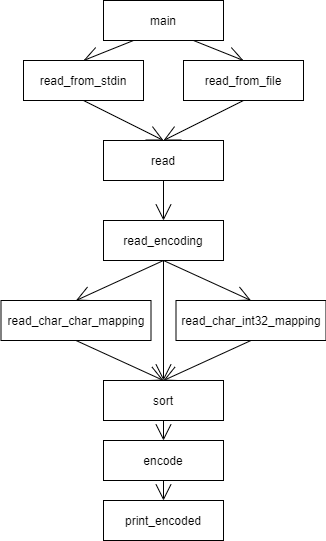
The draw.io diagram lab1/images/stack.png in vladgovor77771/hse_avs, before a commit. Source tidied: cells renumbered, new cells last; positions are measured from the earlier drawing's top-left corner, leaving out a move shared by most shapes. The source it was exported from:
```xml
<mxGraphModel>
  <root>
    <mxCell id="0" />
    <mxCell id="1" parent="0" />
    <mxCell id="2" style="edgeStyle=none;curved=1;rounded=0;jettySize=auto;html=1;exitX=0.25;exitY=1;exitDx=0;exitDy=0;entryX=0.5;entryY=0;entryDx=0;entryDy=0;endArrow=open;startSize=14;endSize=14;sourcePerimeterSpacing=8;targetPerimeterSpacing=8;" parent="1" edge="1" source="4" target="6">
      <mxGeometry relative="1" as="geometry" />
    </mxCell>
    <mxCell id="3" style="edgeStyle=none;curved=1;rounded=0;jettySize=auto;html=1;exitX=0.75;exitY=1;exitDx=0;exitDy=0;entryX=0.5;entryY=0;entryDx=0;entryDy=0;endArrow=open;startSize=14;endSize=14;sourcePerimeterSpacing=8;targetPerimeterSpacing=8;" parent="1" edge="1" source="4" target="8">
      <mxGeometry relative="1" as="geometry" />
    </mxCell>
    <mxCell id="4" value="main" style="rounded=0;whiteSpace=wrap;html=1;hachureGap=4;" parent="1" vertex="1">
      <mxGeometry x="102" width="120" height="40" as="geometry" />
    </mxCell>
    <mxCell id="5" style="edgeStyle=none;curved=1;rounded=0;jettySize=auto;html=1;exitX=0.5;exitY=1;exitDx=0;exitDy=0;entryX=0.5;entryY=0;entryDx=0;entryDy=0;endArrow=open;startSize=14;endSize=14;sourcePerimeterSpacing=8;targetPerimeterSpacing=8;" parent="1" edge="1" source="6" target="10">
      <mxGeometry relative="1" as="geometry" />
    </mxCell>
    <mxCell id="6" value="read_from_stdin" style="rounded=0;whiteSpace=wrap;html=1;hachureGap=4;" parent="1" vertex="1">
      <mxGeometry x="22" y="60" width="120" height="40" as="geometry" />
    </mxCell>
    <mxCell id="7" style="edgeStyle=none;curved=1;rounded=0;jettySize=auto;html=1;exitX=0.5;exitY=1;exitDx=0;exitDy=0;entryX=0.5;entryY=0;entryDx=0;entryDy=0;endArrow=open;startSize=14;endSize=14;sourcePerimeterSpacing=8;targetPerimeterSpacing=8;" parent="1" edge="1" source="8" target="10">
      <mxGeometry relative="1" as="geometry" />
    </mxCell>
    <mxCell id="8" value="read_from_file" style="rounded=0;whiteSpace=wrap;html=1;hachureGap=4;" parent="1" vertex="1">
      <mxGeometry x="182" y="60" width="120" height="40" as="geometry" />
    </mxCell>
    <mxCell id="9" style="edgeStyle=none;curved=1;rounded=0;jettySize=auto;html=1;exitX=0.5;exitY=1;exitDx=0;exitDy=0;entryX=0.5;entryY=0;entryDx=0;entryDy=0;endArrow=open;startSize=14;endSize=14;sourcePerimeterSpacing=8;targetPerimeterSpacing=8;" parent="1" edge="1" source="10" target="14">
      <mxGeometry relative="1" as="geometry" />
    </mxCell>
    <mxCell id="10" value="read" style="rounded=0;whiteSpace=wrap;html=1;hachureGap=4;" parent="1" vertex="1">
      <mxGeometry x="102" y="140" width="120" height="40" as="geometry" />
    </mxCell>
    <mxCell id="11" style="edgeStyle=none;curved=1;rounded=0;jettySize=auto;html=1;exitX=0.5;exitY=1;exitDx=0;exitDy=0;entryX=0.5;entryY=0;entryDx=0;entryDy=0;endArrow=open;startSize=14;endSize=14;sourcePerimeterSpacing=8;targetPerimeterSpacing=8;" parent="1" edge="1" source="14" target="16">
      <mxGeometry relative="1" as="geometry" />
    </mxCell>
    <mxCell id="12" style="edgeStyle=none;curved=1;rounded=0;jettySize=auto;html=1;exitX=0.5;exitY=1;exitDx=0;exitDy=0;entryX=0.5;entryY=0;entryDx=0;entryDy=0;endArrow=open;startSize=14;endSize=14;sourcePerimeterSpacing=8;targetPerimeterSpacing=8;" parent="1" edge="1" source="14" target="18">
      <mxGeometry relative="1" as="geometry" />
    </mxCell>
    <mxCell id="13" style="edgeStyle=none;curved=1;rounded=0;jettySize=auto;html=1;exitX=0.5;exitY=1;exitDx=0;exitDy=0;entryX=0.5;entryY=0;entryDx=0;entryDy=0;endArrow=open;startSize=14;endSize=14;sourcePerimeterSpacing=8;targetPerimeterSpacing=8;" parent="1" edge="1" source="14" target="20">
      <mxGeometry relative="1" as="geometry" />
    </mxCell>
    <mxCell id="14" value="read_encoding" style="rounded=0;whiteSpace=wrap;html=1;hachureGap=4;" parent="1" vertex="1">
      <mxGeometry x="102" y="220" width="120" height="40" as="geometry" />
    </mxCell>
    <mxCell id="15" style="edgeStyle=none;curved=1;rounded=0;jettySize=auto;html=1;exitX=0.5;exitY=1;exitDx=0;exitDy=0;entryX=0.5;entryY=0;entryDx=0;entryDy=0;endArrow=open;startSize=14;endSize=14;sourcePerimeterSpacing=8;targetPerimeterSpacing=8;" parent="1" edge="1" source="16" target="20">
      <mxGeometry relative="1" as="geometry" />
    </mxCell>
    <mxCell id="16" value="read_char_char_mapping" style="rounded=0;whiteSpace=wrap;html=1;hachureGap=4;" parent="1" vertex="1">
      <mxGeometry x="-0.5" y="300" width="150" height="40" as="geometry" />
    </mxCell>
    <mxCell id="17" style="edgeStyle=none;curved=1;rounded=0;jettySize=auto;html=1;exitX=0.5;exitY=1;exitDx=0;exitDy=0;entryX=0.5;entryY=0;entryDx=0;entryDy=0;endArrow=open;startSize=14;endSize=14;sourcePerimeterSpacing=8;targetPerimeterSpacing=8;" parent="1" edge="1" source="18" target="20">
      <mxGeometry relative="1" as="geometry" />
    </mxCell>
    <mxCell id="18" value="read_char_int32_mapping" style="rounded=0;whiteSpace=wrap;html=1;hachureGap=4;" parent="1" vertex="1">
      <mxGeometry x="174.5" y="300" width="150" height="40" as="geometry" />
    </mxCell>
    <mxCell id="19" style="edgeStyle=none;curved=1;rounded=0;jettySize=auto;html=1;exitX=0.5;exitY=1;exitDx=0;exitDy=0;entryX=0.5;entryY=0;entryDx=0;entryDy=0;endArrow=open;startSize=14;endSize=14;sourcePerimeterSpacing=8;targetPerimeterSpacing=8;" parent="1" edge="1" source="20" target="22">
      <mxGeometry relative="1" as="geometry" />
    </mxCell>
    <mxCell id="20" value="sort" style="rounded=0;whiteSpace=wrap;html=1;hachureGap=4;" parent="1" vertex="1">
      <mxGeometry x="102" y="380" width="120" height="40" as="geometry" />
    </mxCell>
    <mxCell id="21" style="edgeStyle=none;curved=1;rounded=0;jettySize=auto;html=1;exitX=0.5;exitY=1;exitDx=0;exitDy=0;entryX=0.5;entryY=0;entryDx=0;entryDy=0;endArrow=open;startSize=14;endSize=14;sourcePerimeterSpacing=8;targetPerimeterSpacing=8;" parent="1" edge="1" source="22" target="23">
      <mxGeometry relative="1" as="geometry" />
    </mxCell>
    <mxCell id="22" value="encode&lt;span style=&quot;color: rgba(0 , 0 , 0 , 0) ; font-family: monospace ; font-size: 0px&quot;&gt;%3CmxGraphModel%3E%3Croot%3E%3CmxCell%20id%3D%220%22%2F%3E%3CmxCell%20id%3D%221%22%20parent%3D%220%22%2F%3E%3CmxCell%20id%3D%222%22%20value%3D%22sort%22%20style%3D%22rounded%3D0%3BwhiteSpace%3Dwrap%3Bhtml%3D1%3BhachureGap%3D4%3BpointerEvents%3D0%3B%22%20vertex%3D%221%22%20parent%3D%221%22%3E%3CmxGeometry%20x%3D%22360%22%20y%3D%22440%22%20width%3D%22120%22%20height%3D%2240%22%20as%3D%22geometry%22%2F%3E%3C%2FmxCell%3E%3C%2Froot%3E%3C%2FmxGraphModel%3E&lt;/span&gt;" style="rounded=0;whiteSpace=wrap;html=1;hachureGap=4;" parent="1" vertex="1">
      <mxGeometry x="102" y="440" width="120" height="40" as="geometry" />
    </mxCell>
    <mxCell id="23" value="print_encoded" style="rounded=0;whiteSpace=wrap;html=1;hachureGap=4;" parent="1" vertex="1">
      <mxGeometry x="102" y="500" width="120" height="40" as="geometry" />
    </mxCell>
  </root>
</mxGraphModel>
```
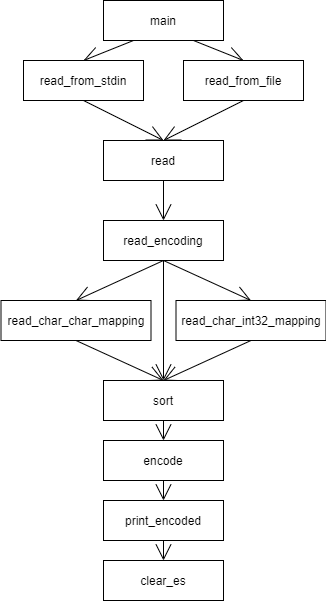
Above is the later version.

Change to the diagram source:
```diff
@@ -65,8 +65,14 @@
     <mxCell id="22" value="encode&lt;span style=&quot;color: rgba(0 , 0 , 0 , 0) ; font-family: monospace ; font-size: 0px&quot;&gt;%3CmxGraphModel%3E%3Croot%3E%3CmxCell%20id%3D%220%22%2F%3E%3CmxCell%20id%3D%221%22%20parent%3D%220%22%2F%3E%3CmxCell%20id%3D%222%22%20value%3D%22sort%22%20style%3D%22rounded%3D0%3BwhiteSpace%3Dwrap%3Bhtml%3D1%3BhachureGap%3D4%3BpointerEvents%3D0%3B%22%20vertex%3D%221%22%20parent%3D%221%22%3E%3CmxGeometry%20x%3D%22360%22%20y%3D%22440%22%20width%3D%22120%22%20height%3D%2240%22%20as%3D%22geometry%22%2F%3E%3C%2FmxCell%3E%3C%2Froot%3E%3C%2FmxGraphModel%3E&lt;/span&gt;" style="rounded=0;whiteSpace=wrap;html=1;hachureGap=4;" parent="1" vertex="1">
       <mxGeometry x="102" y="440" width="120" height="40" as="geometry" />
     </mxCell>
+    <mxCell id="24" style="edgeStyle=none;curved=1;rounded=0;jettySize=auto;html=1;exitX=0.5;exitY=1;exitDx=0;exitDy=0;entryX=0.5;entryY=0;entryDx=0;entryDy=0;endArrow=open;startSize=14;endSize=14;sourcePerimeterSpacing=8;targetPerimeterSpacing=8;" parent="1" edge="1" source="23" target="25">
+      <mxGeometry relative="1" as="geometry" />
+    </mxCell>
     <mxCell id="23" value="print_encoded" style="rounded=0;whiteSpace=wrap;html=1;hachureGap=4;" parent="1" vertex="1">
       <mxGeometry x="102" y="500" width="120" height="40" as="geometry" />
     </mxCell>
+    <mxCell id="25" value="clear_es" style="rounded=0;whiteSpace=wrap;html=1;hachureGap=4;" parent="1" vertex="1">
+      <mxGeometry x="102" y="560" width="120" height="40" as="geometry" />
+    </mxCell>
   </root>
 </mxGraphModel>
```
